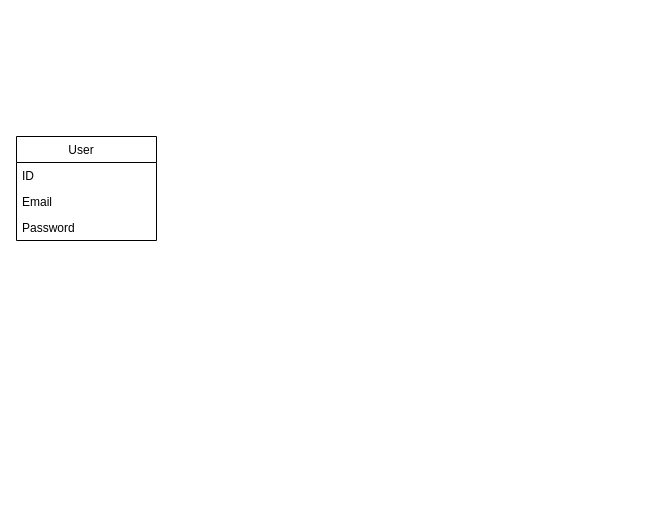
The draw.io diagram nenavalniy.drawio in MiKaMoRe/nenavalniy, before the edit. Source tidied: cells renumbered, new cells numbered last; positions are measured from the earlier drawing's top-left corner, leaving out a move shared by most shapes. Both pictures are drawn from the tidied source at 100%, with x=0, y=0 at pixel (16, 136).
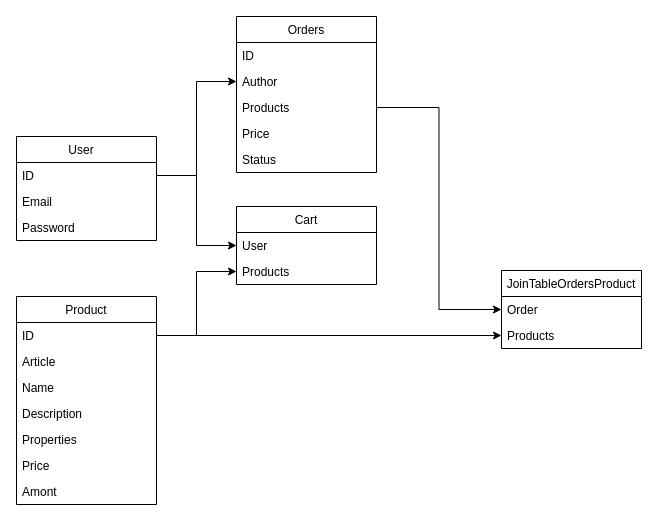
The same diagram, later.

Commit message:
Update nenavalniy.drawio full scheme

Unchanged cells that the change refers to:
```xml
<mxCell id="3" value="ID" style="text;strokeColor=none;fillColor=none;align=left;verticalAlign=top;spacingLeft=4;spacingRight=4;overflow=hidden;points=[[0,0.5],[1,0.5]];portConstraint=eastwest;" parent="2" vertex="1">
  <mxGeometry y="26" width="140" height="26" as="geometry" />
</mxCell>
```

The edit, as a diff of the source:
```diff
@@
+    <mxCell id="6" value="Orders" style="swimlane;fontStyle=0;horizontal=1;startSize=26;" parent="1" vertex="1">
+      <mxGeometry x="220" y="-120" width="140" height="156" as="geometry" />
+    </mxCell>
+    <mxCell id="7" value="ID" style="text;strokeColor=none;fillColor=none;align=left;verticalAlign=top;spacingLeft=4;spacingRight=4;overflow=hidden;" parent="6" vertex="1">
+      <mxGeometry y="26" width="140" height="26" as="geometry" />
+    </mxCell>
+    <mxCell id="8" value="Author" style="text;strokeColor=none;fillColor=none;align=left;verticalAlign=top;spacingLeft=4;spacingRight=4;overflow=hidden;points=[[0,0.5],[1,0.5]];portConstraint=eastwest;" parent="6" vertex="1">
+      <mxGeometry y="52" width="140" height="26" as="geometry" />
+    </mxCell>
+    <mxCell id="9" value="Products" style="text;strokeColor=none;fillColor=none;align=left;verticalAlign=top;spacingLeft=4;spacingRight=4;overflow=hidden;points=[[0,0.5],[1,0.5]];portConstraint=eastwest;" parent="6" vertex="1">
+      <mxGeometry y="78" width="140" height="26" as="geometry" />
+    </mxCell>
+    <mxCell id="10" value="Price" style="text;strokeColor=none;fillColor=none;align=left;verticalAlign=top;spacingLeft=4;spacingRight=4;overflow=hidden;" parent="6" vertex="1">
+      <mxGeometry y="104" width="140" height="26" as="geometry" />
+    </mxCell>
+    <mxCell id="11" value="Status" style="text;strokeColor=none;fillColor=none;align=left;verticalAlign=top;spacingLeft=4;spacingRight=4;overflow=hidden;" parent="6" vertex="1">
+      <mxGeometry y="130" width="140" height="26" as="geometry" />
+    </mxCell>
+    <mxCell id="12" value="Product" style="swimlane;fontStyle=0;horizontal=1;startSize=26;" parent="1" vertex="1">
+      <mxGeometry y="160" width="140" height="208" as="geometry" />
+    </mxCell>
+    <mxCell id="13" value="ID" style="text;strokeColor=none;fillColor=none;align=left;verticalAlign=top;spacingLeft=4;spacingRight=4;overflow=hidden;points=[[0,0.5],[1,0.5]];portConstraint=eastwest;" parent="12" vertex="1">
+      <mxGeometry y="26" width="140" height="26" as="geometry" />
+    </mxCell>
+    <mxCell id="14" value="Article" style="text;strokeColor=none;fillColor=none;align=left;verticalAlign=top;spacingLeft=4;spacingRight=4;overflow=hidden;" parent="12" vertex="1">
+      <mxGeometry y="52" width="140" height="26" as="geometry" />
+    </mxCell>
+    <mxCell id="15" value="Name" style="text;strokeColor=none;fillColor=none;align=left;verticalAlign=top;spacingLeft=4;spacingRight=4;overflow=hidden;" parent="12" vertex="1">
+      <mxGeometry y="78" width="140" height="26" as="geometry" />
+    </mxCell>
+    <mxCell id="16" value="Description" style="text;strokeColor=none;fillColor=none;align=left;verticalAlign=top;spacingLeft=4;spacingRight=4;overflow=hidden;" parent="12" vertex="1">
+      <mxGeometry y="104" width="140" height="26" as="geometry" />
+    </mxCell>
+    <mxCell id="17" value="Properties " style="text;strokeColor=none;fillColor=none;align=left;verticalAlign=top;spacingLeft=4;spacingRight=4;overflow=hidden;" parent="12" vertex="1">
+      <mxGeometry y="130" width="140" height="26" as="geometry" />
+    </mxCell>
+    <mxCell id="18" value="Price" style="text;strokeColor=none;fillColor=none;align=left;verticalAlign=top;spacingLeft=4;spacingRight=4;overflow=hidden;" parent="12" vertex="1">
+      <mxGeometry y="156" width="140" height="26" as="geometry" />
+    </mxCell>
+    <mxCell id="19" value="Amont" style="text;strokeColor=none;fillColor=none;align=left;verticalAlign=top;spacingLeft=4;spacingRight=4;overflow=hidden;" parent="12" vertex="1">
+      <mxGeometry y="182" width="140" height="26" as="geometry" />
+    </mxCell>
+    <mxCell id="20" value="Cart" style="swimlane;fontStyle=0;horizontal=1;startSize=26;" parent="1" vertex="1">
+      <mxGeometry x="220" y="70" width="140" height="78" as="geometry" />
+    </mxCell>
+    <mxCell id="21" value="User" style="text;strokeColor=none;fillColor=none;align=left;verticalAlign=top;spacingLeft=4;spacingRight=4;overflow=hidden;points=[[0,0.5],[1,0.5]];portConstraint=eastwest;" parent="20" vertex="1">
+      <mxGeometry y="26" width="140" height="26" as="geometry" />
+    </mxCell>
+    <mxCell id="22" value="Products" style="text;strokeColor=none;fillColor=none;align=left;verticalAlign=top;spacingLeft=4;spacingRight=4;overflow=hidden;points=[[0,0.5],[1,0.5]];portConstraint=eastwest;" parent="20" vertex="1">
+      <mxGeometry y="52" width="140" height="26" as="geometry" />
+    </mxCell>
+    <mxCell id="23" style="edgeStyle=orthogonalEdgeStyle;rounded=0;jettySize=auto;html=1;" parent="1" edge="1" source="13" target="22">
+      <mxGeometry relative="1" as="geometry" />
+    </mxCell>
+    <mxCell id="24" style="edgeStyle=orthogonalEdgeStyle;rounded=0;jettySize=auto;html=1;entryX=0;entryY=0.5;entryDx=0;entryDy=0;" parent="1" edge="1" source="3" target="21">
+      <mxGeometry relative="1" as="geometry" />
+    </mxCell>
+    <mxCell id="25" style="edgeStyle=orthogonalEdgeStyle;rounded=0;jettySize=auto;html=1;" parent="1" edge="1" source="3" target="8">
+      <mxGeometry relative="1" as="geometry" />
+    </mxCell>
+    <mxCell id="26" value="JoinTableOrdersProduct" style="swimlane;fontStyle=0;horizontal=1;startSize=26;" parent="1" vertex="1">
+      <mxGeometry x="485" y="134" width="140" height="78" as="geometry" />
+    </mxCell>
+    <mxCell id="27" value="Order" style="text;strokeColor=none;fillColor=none;align=left;verticalAlign=top;spacingLeft=4;spacingRight=4;overflow=hidden;points=[[0,0.5],[1,0.5]];portConstraint=eastwest;" parent="26" vertex="1">
+      <mxGeometry y="26" width="140" height="26" as="geometry" />
+    </mxCell>
+    <mxCell id="28" value="Products" style="text;strokeColor=none;fillColor=none;align=left;verticalAlign=top;spacingLeft=4;spacingRight=4;overflow=hidden;points=[[0,0.5],[1,0.5]];portConstraint=eastwest;" parent="26" vertex="1">
+      <mxGeometry y="52" width="140" height="26" as="geometry" />
+    </mxCell>
+    <mxCell id="29" style="edgeStyle=orthogonalEdgeStyle;rounded=0;jettySize=auto;html=1;" parent="1" edge="1" source="13" target="28">
+      <mxGeometry relative="1" as="geometry" />
+    </mxCell>
+    <mxCell id="30" style="edgeStyle=orthogonalEdgeStyle;rounded=0;jettySize=auto;html=1;" parent="1" edge="1" source="9" target="27">
+      <mxGeometry relative="1" as="geometry" />
+    </mxCell>
```
